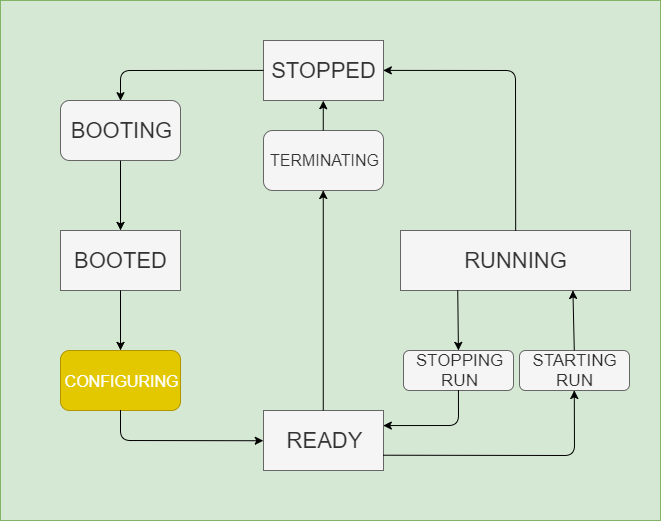
ikatza/ArtDaq-RunControl-GUI keeps this draw.io diagram as artdaq-runcontrol/resources/images/StateDiagram_configuring.png. Above is the earlier version. Source tidied: cells renumbered, new cells last; positions are measured from the earlier drawing's top-left corner, leaving out a move shared by most shapes.
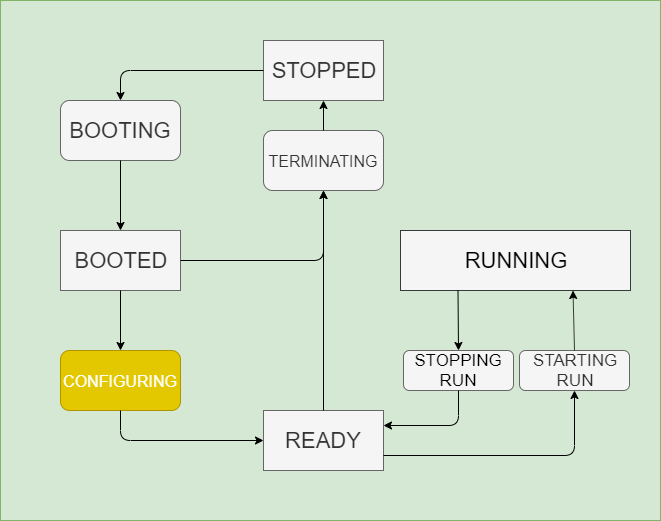
After the change.

Diff of the diagram source:
```diff
@@ -17,7 +17,7 @@
     <mxCell id="6" value="&lt;font style=&quot;font-size: 22px&quot;&gt;BOOTING&lt;/font&gt;" style="rounded=1;whiteSpace=wrap;html=1;fillColor=#f5f5f5;strokeColor=#666666;fontColor=#333333;" parent="1" vertex="1">
       <mxGeometry x="60" y="100" width="120" height="60" as="geometry" />
     </mxCell>
-    <mxCell id="7" value="&lt;span&gt;&lt;font style=&quot;font-size: 22px&quot;&gt;RUNNING&lt;/font&gt;&lt;/span&gt;" style="rounded=0;whiteSpace=wrap;html=1;fillColor=#f5f5f5;strokeColor=#666666;fontColor=#333333;" parent="1" vertex="1">
+    <mxCell id="7" value="&lt;span&gt;&lt;font style=&quot;font-size: 22px&quot;&gt;RUNNING&lt;/font&gt;&lt;/span&gt;" style="rounded=0;whiteSpace=wrap;html=1;fillColor=#F5F5F5;strokeColor=#36393d;" parent="1" vertex="1">
       <mxGeometry x="400" y="230" width="230" height="60" as="geometry" />
     </mxCell>
     <mxCell id="8" value="&lt;font style=&quot;font-size: 16px&quot;&gt;CONFIGURING&lt;/font&gt;" style="rounded=1;whiteSpace=wrap;html=1;fillColor=#e3c800;strokeColor=#B09500;fontColor=#ffffff;" parent="1" vertex="1">
@@ -46,44 +46,44 @@
     <mxCell id="13" value="&lt;font style=&quot;font-size: 17px&quot;&gt;STARTING&lt;br&gt;RUN&lt;br&gt;&lt;/font&gt;" style="rounded=1;whiteSpace=wrap;html=1;fillColor=#f5f5f5;strokeColor=#666666;fontColor=#333333;" parent="1" vertex="1">
       <mxGeometry x="519" y="350" width="110" height="40" as="geometry" />
     </mxCell>
-    <mxCell id="14" style="endArrow=classic;html=1;entryX=1;entryY=0.5;entryDx=0;entryDy=0;exitX=0.5;exitY=0;exitDx=0;exitDy=0;" parent="1" edge="1" source="7" target="3">
-      <mxGeometry relative="1" as="geometry">
-        <Array as="points">
-          <mxPoint x="515" y="70" />
-        </Array>
-      </mxGeometry>
+    <mxCell id="14" value="&lt;font style=&quot;font-size: 17px&quot;&gt;STOPPING&lt;br&gt;RUN&lt;br&gt;&lt;/font&gt;" style="rounded=1;whiteSpace=wrap;html=1;fillColor=#f5f5f5;strokeColor=#666666;" parent="1" vertex="1">
+      <mxGeometry x="403" y="350" width="110" height="40" as="geometry" />
     </mxCell>
-    <mxCell id="15" value="&lt;font style=&quot;font-size: 17px&quot;&gt;STOPPING&lt;br&gt;RUN&lt;br&gt;&lt;/font&gt;" style="rounded=1;whiteSpace=wrap;html=1;fillColor=#f5f5f5;strokeColor=#666666;fontColor=#333333;" parent="1" vertex="1">
-      <mxGeometry x="403" y="350" width="110" height="40" as="geometry" />
+    <mxCell id="15" style="endArrow=classic;html=1;entryX=0.75;entryY=1;entryDx=0;entryDy=0;exitX=0.5;exitY=0;exitDx=0;exitDy=0;" parent="1" edge="1" source="13" target="7">
+      <mxGeometry relative="1" as="geometry" />
     </mxCell>
-    <mxCell id="16" style="endArrow=classic;html=1;entryX=0.75;entryY=1;entryDx=0;entryDy=0;exitX=0.5;exitY=0;exitDx=0;exitDy=0;" parent="1" edge="1" source="13" target="7">
+    <mxCell id="16" style="endArrow=classic;html=1;exitX=0.25;exitY=1;exitDx=0;exitDy=0;entryX=0.5;entryY=0;entryDx=0;entryDy=0;" parent="1" edge="1" source="7" target="14">
       <mxGeometry relative="1" as="geometry" />
     </mxCell>
-    <mxCell id="17" style="endArrow=classic;html=1;exitX=0.25;exitY=1;exitDx=0;exitDy=0;entryX=0.5;entryY=0;entryDx=0;entryDy=0;" parent="1" edge="1" source="7" target="15">
-      <mxGeometry relative="1" as="geometry" />
+    <mxCell id="17" style="endArrow=classic;html=1;entryX=0.5;entryY=1;entryDx=0;entryDy=0;exitX=1;exitY=0.75;exitDx=0;exitDy=0;" parent="1" edge="1" source="5" target="13">
+      <mxGeometry relative="1" as="geometry">
+        <Array as="points">
+          <mxPoint x="574" y="455" />
+        </Array>
+      </mxGeometry>
     </mxCell>
-    <mxCell id="18" style="endArrow=classic;html=1;entryX=0.5;entryY=1;entryDx=0;entryDy=0;exitX=1;exitY=0.75;exitDx=0;exitDy=0;" parent="1" edge="1" source="5" target="13">
+    <mxCell id="18" style="endArrow=classic;html=1;exitX=0.5;exitY=1;exitDx=0;exitDy=0;entryX=1;entryY=0.25;entryDx=0;entryDy=0;" parent="1" edge="1" source="14" target="5">
       <mxGeometry relative="1" as="geometry">
         <Array as="points">
-          <mxPoint x="574" y="455" />
+          <mxPoint x="458" y="425" />
         </Array>
       </mxGeometry>
     </mxCell>
-    <mxCell id="19" style="endArrow=classic;html=1;exitX=0.5;exitY=1;exitDx=0;exitDy=0;entryX=1;entryY=0.25;entryDx=0;entryDy=0;" parent="1" edge="1" source="15" target="5">
-      <mxGeometry relative="1" as="geometry">
-        <Array as="points">
-          <mxPoint x="458" y="425" />
-        </Array>
-      </mxGeometry>
+    <mxCell id="19" value="&lt;font style=&quot;font-size: 16px&quot;&gt;TERMINATING&lt;/font&gt;" style="rounded=1;whiteSpace=wrap;html=1;fillColor=#f5f5f5;strokeColor=#666666;fontColor=#333333;" parent="1" vertex="1">
+      <mxGeometry x="263" y="130" width="120" height="60" as="geometry" />
     </mxCell>
-    <mxCell id="20" value="&lt;font style=&quot;font-size: 16px&quot;&gt;TERMINATING&lt;/font&gt;" style="rounded=1;whiteSpace=wrap;html=1;fillColor=#f5f5f5;strokeColor=#666666;fontColor=#333333;" parent="1" vertex="1">
-      <mxGeometry x="263" y="130" width="120" height="60" as="geometry" />
+    <mxCell id="20" style="endArrow=classic;html=1;entryX=0.5;entryY=1;entryDx=0;entryDy=0;exitX=0.5;exitY=0;exitDx=0;exitDy=0;" parent="1" edge="1" source="19" target="3">
+      <mxGeometry relative="1" as="geometry" />
     </mxCell>
-    <mxCell id="21" style="endArrow=classic;html=1;entryX=0.5;entryY=1;entryDx=0;entryDy=0;exitX=0.5;exitY=0;exitDx=0;exitDy=0;" parent="1" edge="1" source="20" target="3">
+    <mxCell id="21" style="endArrow=classic;html=1;entryX=0.5;entryY=1;entryDx=0;entryDy=0;exitX=0.5;exitY=0;exitDx=0;exitDy=0;" parent="1" edge="1" source="5" target="19">
       <mxGeometry relative="1" as="geometry" />
     </mxCell>
-    <mxCell id="22" style="endArrow=classic;html=1;entryX=0.5;entryY=1;entryDx=0;entryDy=0;exitX=0.5;exitY=0;exitDx=0;exitDy=0;" parent="1" edge="1" source="5" target="20">
-      <mxGeometry relative="1" as="geometry" />
+    <mxCell id="22" style="endArrow=classic;html=1;exitX=1;exitY=0.5;exitDx=0;exitDy=0;entryX=0.5;entryY=1;entryDx=0;entryDy=0;" parent="1" edge="1" source="4" target="19">
+      <mxGeometry relative="1" as="geometry">
+        <Array as="points">
+          <mxPoint x="323" y="260" />
+        </Array>
+      </mxGeometry>
     </mxCell>
   </root>
 </mxGraphModel>
```
